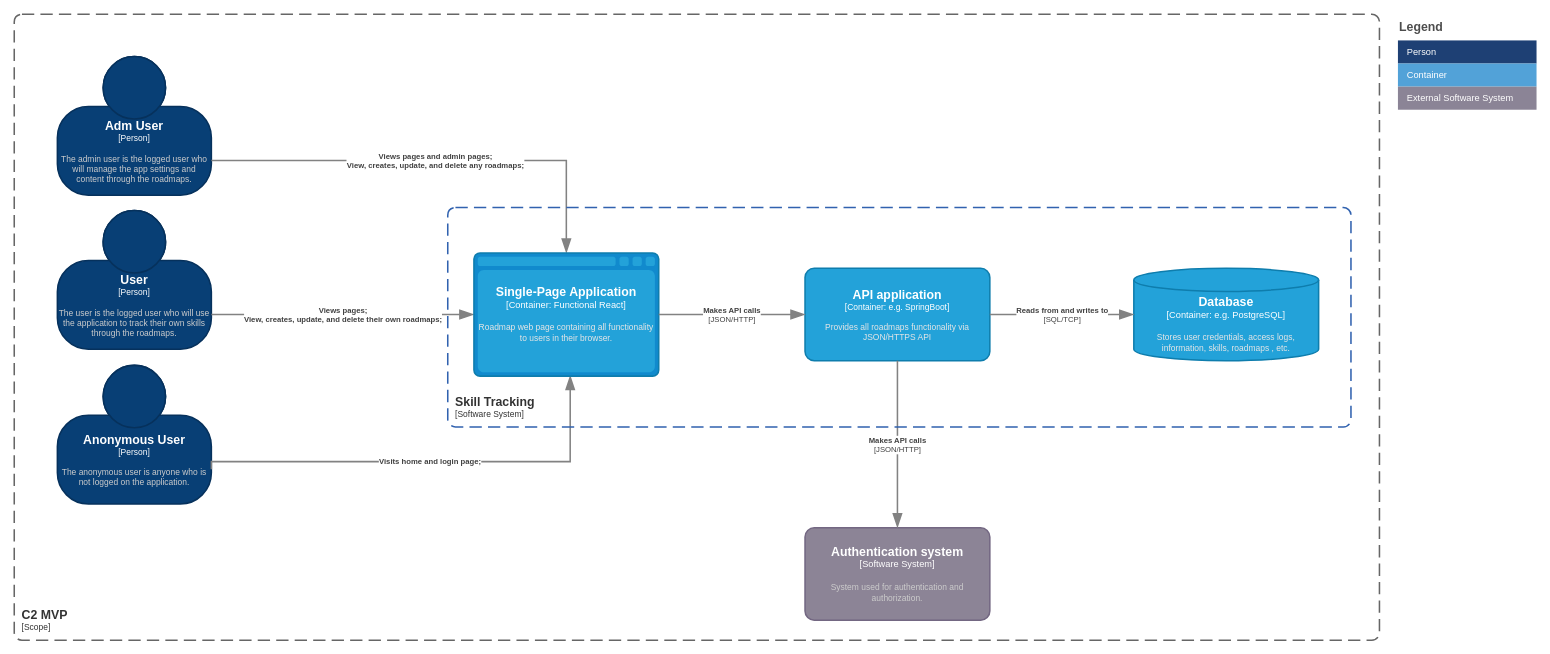
This is page "C2 model (MVP)" (2 of 4) of doc/non_functional/diagram/c4model.drawio from Malaguth/skill-tracking, a draw.io file, before an edit. Source tidied: cells renumbered, new cells numbered last; positions are measured from the earlier drawing's top-left corner, leaving out a move shared by most shapes. Both pictures are drawn from the tidied source at 77%, with x=0, y=0 at pixel (14, 14).
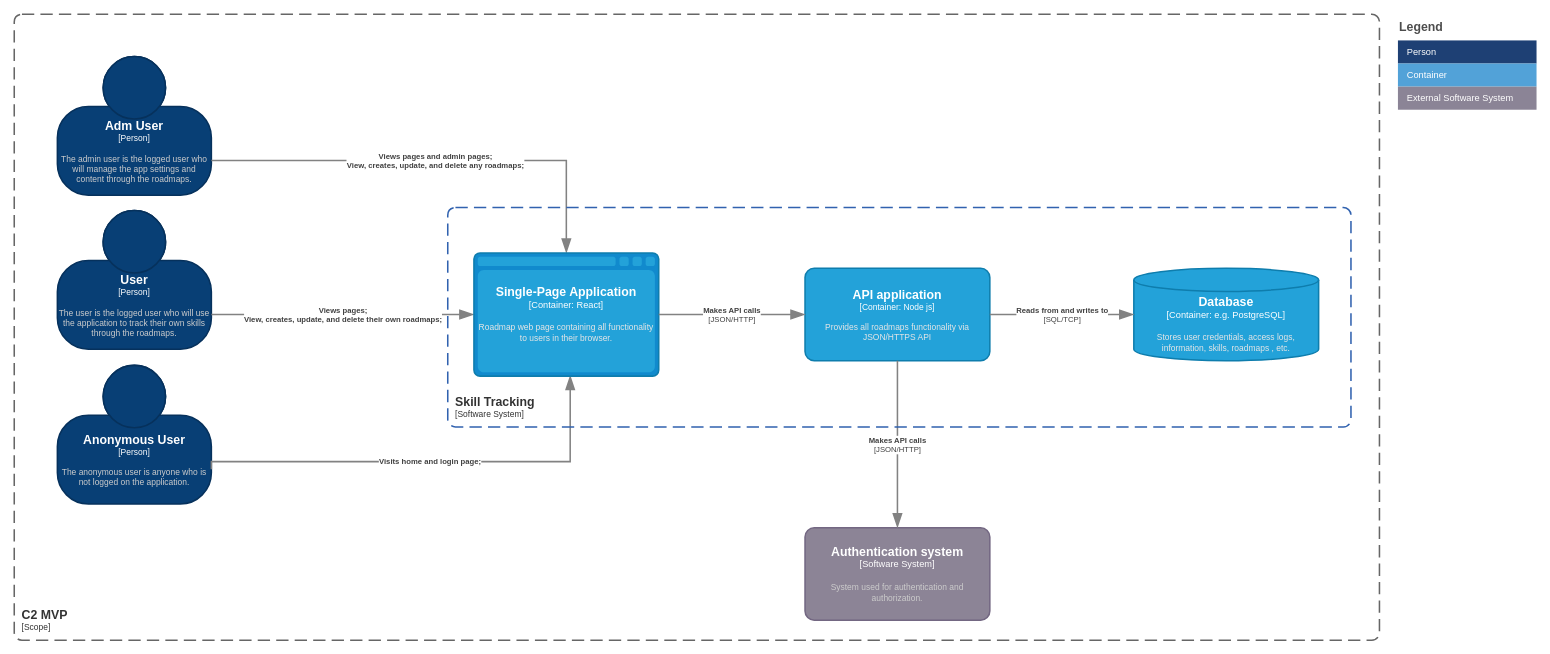
The same diagram, later.

Change to the diagram source:
```diff
@@
-    <object id="9" label="&lt;font style=&quot;font-size: 16px&quot;&gt;&lt;b&gt;%c4Type%&lt;/b&gt;&lt;/font&gt;&lt;div&gt;[%c4Container%:&amp;nbsp;%c4Technology%]&lt;/div&gt;&lt;br&gt;&lt;div&gt;&lt;font style=&quot;font-size: 11px&quot;&gt;&lt;font color=&quot;#E6E6E6&quot;&gt;%c4Description%&lt;/font&gt;&lt;/div&gt;" c4Container="Container" c4Description="Roadmap web page containing all functionality to users in their browser." c4Technology="Functional React" c4Type="Single-Page Application" placeholders="1">
+    <object id="9" label="&lt;font style=&quot;font-size: 16px&quot;&gt;&lt;b&gt;%c4Type%&lt;/b&gt;&lt;/font&gt;&lt;div&gt;[%c4Container%:&amp;nbsp;%c4Technology%]&lt;/div&gt;&lt;br&gt;&lt;div&gt;&lt;font style=&quot;font-size: 11px&quot;&gt;&lt;font color=&quot;#E6E6E6&quot;&gt;%c4Description%&lt;/font&gt;&lt;/div&gt;" c4Container="Container" c4Description="Roadmap web page containing all functionality to users in their browser." c4Technology="React" c4Type="Single-Page Application" placeholders="1">
       <mxCell style="shape=mxgraph.c4.webBrowserContainer2;whiteSpace=wrap;html=1;boundedLbl=1;rounded=0;labelBackgroundColor=none;strokeColor=#118ACD;fillColor=#23A2D9;strokeColor=#118ACD;strokeColor2=#0E7DAD;fontSize=12;fontColor=#ffffff;align=center;points=[[0.5,0,0],[1,0.25,0],[1,0.5,0],[1,0.75,0],[0.5,1,0],[0,0.75,0],[0,0.5,0],[0,0.25,0]];strokeWidth=2;" parent="1" vertex="1">
         <mxGeometry x="597" y="310" width="240" height="160" as="geometry" />
       </mxCell>
     </object>
@@
-    <object id="11" label="&lt;font style=&quot;font-size: 16px&quot;&gt;&lt;b&gt;%c4Name%&lt;/b&gt;&lt;/font&gt;&lt;div&gt;[%c4Type%: %c4Technology%]&lt;/div&gt;&lt;br&gt;&lt;div&gt;&lt;font style=&quot;font-size: 11px&quot;&gt;&lt;font color=&quot;#E6E6E6&quot;&gt;%c4Description%&lt;/font&gt;&lt;/div&gt;" c4Description="Provides all roadmaps functionality via JSON/HTTPS API" c4Name="API application" c4Technology="e.g. SpringBoot" c4Type="Container" placeholders="1">
+    <object id="11" label="&lt;font style=&quot;font-size: 16px&quot;&gt;&lt;b&gt;%c4Name%&lt;/b&gt;&lt;/font&gt;&lt;div&gt;[%c4Type%: %c4Technology%]&lt;/div&gt;&lt;br&gt;&lt;div&gt;&lt;font style=&quot;font-size: 11px&quot;&gt;&lt;font color=&quot;#E6E6E6&quot;&gt;%c4Description%&lt;/font&gt;&lt;/div&gt;" c4Description="Provides all roadmaps functionality via JSON/HTTPS API" c4Name="API application" c4Technology="Node js" c4Type="Container" placeholders="1">
       <mxCell style="rounded=1;whiteSpace=wrap;html=1;fontSize=11;labelBackgroundColor=none;fillColor=#23A2D9;fontColor=#ffffff;align=center;arcSize=10;strokeColor=#0E7DAD;points=[[0.25,0,0],[0.5,0,0],[0.75,0,0],[1,0.25,0],[1,0.5,0],[1,0.75,0],[0.75,1,0],[0.5,1,0],[0.25,1,0],[0,0.75,0],[0,0.5,0],[0,0.25,0]];strokeWidth=2;" parent="1" vertex="1">
         <mxGeometry x="1027" y="330" width="240" height="120" as="geometry" />
       </mxCell>
     </object>
```
